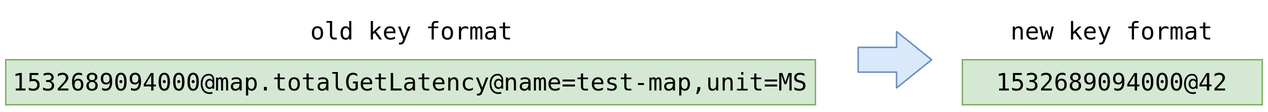
puzpuzpuz/talks keeps this draw.io diagram as 2020-en-embedded-time-series-storage/slides/images/compressed-keys.png. Above is the earlier version. Source tidied: cells renumbered, new cells last; positions are measured from the earlier drawing's top-left corner, leaving out a move shared by most shapes.
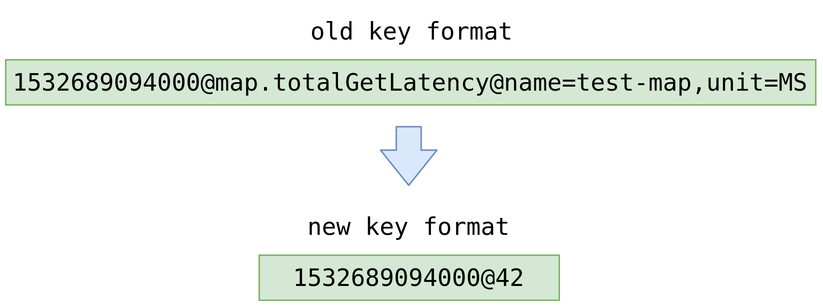
After the change.

Change to the diagram source:
```diff
@@ -8,17 +8,17 @@
     <mxCell id="3" value="&lt;div style=&quot;font-family: &amp;#34;droid sans mono&amp;#34; , monospace , monospace , &amp;#34;droid sans fallback&amp;#34; ; font-weight: normal ; font-size: 16px ; line-height: 22px&quot;&gt;&lt;div&gt;&lt;span&gt;old key format&lt;/span&gt;&lt;/div&gt;&lt;/div&gt;" style="text;whiteSpace=wrap;html=1;align=center;" parent="1" vertex="1">
       <mxGeometry x="2" width="538" height="40" as="geometry" />
     </mxCell>
-    <mxCell id="4" style="shape=flexArrow;endArrow=classic;html=1;fillColor=#dae8fc;strokeColor=#6c8ebf;width=16.551724137931036;endSize=7.462068965517242;" parent="1" edge="1">
-      <mxGeometry relative="1" as="geometry">
-        <mxPoint x="568" y="36" as="sourcePoint" />
-        <mxPoint x="618" y="36" as="targetPoint" />
-      </mxGeometry>
+    <mxCell id="4" value="&lt;div style=&quot;font-family: &amp;#34;droid sans mono&amp;#34; , monospace , monospace , &amp;#34;droid sans fallback&amp;#34; ; font-weight: normal ; font-size: 16px ; line-height: 22px&quot;&gt;&lt;div&gt;&lt;span&gt;1532689094000@42&lt;/span&gt;&lt;/div&gt;&lt;/div&gt;" style="text;whiteSpace=wrap;html=1;align=center;fillColor=#d5e8d4;strokeColor=#82b366;verticalAlign=middle;" parent="1" vertex="1">
+      <mxGeometry x="169" y="166" width="200" height="30" as="geometry" />
     </mxCell>
-    <mxCell id="5" value="&lt;div style=&quot;font-family: &amp;#34;droid sans mono&amp;#34; , monospace , monospace , &amp;#34;droid sans fallback&amp;#34; ; font-weight: normal ; font-size: 16px ; line-height: 22px&quot;&gt;&lt;div&gt;&lt;span&gt;1532689094000@42&lt;/span&gt;&lt;/div&gt;&lt;/div&gt;" style="text;whiteSpace=wrap;html=1;align=center;fillColor=#d5e8d4;strokeColor=#82b366;verticalAlign=middle;" parent="1" vertex="1">
-      <mxGeometry x="638" y="36" width="200" height="30" as="geometry" />
+    <mxCell id="5" value="&lt;div style=&quot;font-family: &amp;#34;droid sans mono&amp;#34; , monospace , monospace , &amp;#34;droid sans fallback&amp;#34; ; font-weight: normal ; font-size: 16px ; line-height: 22px&quot;&gt;&lt;div&gt;&lt;span&gt;new key format&lt;/span&gt;&lt;/div&gt;&lt;/div&gt;" style="text;whiteSpace=wrap;html=1;align=center;" parent="1" vertex="1">
+      <mxGeometry x="169" y="130" width="200" height="40" as="geometry" />
     </mxCell>
-    <mxCell id="6" value="&lt;div style=&quot;font-family: &amp;#34;droid sans mono&amp;#34; , monospace , monospace , &amp;#34;droid sans fallback&amp;#34; ; font-weight: normal ; font-size: 16px ; line-height: 22px&quot;&gt;&lt;div&gt;&lt;span&gt;new key format&lt;/span&gt;&lt;/div&gt;&lt;/div&gt;" style="text;whiteSpace=wrap;html=1;align=center;" parent="1" vertex="1">
-      <mxGeometry x="638" width="200" height="40" as="geometry" />
+    <mxCell id="6" style="shape=flexArrow;endArrow=classic;html=1;fillColor=#dae8fc;strokeColor=#6c8ebf;width=16.551724137931036;endSize=7.462068965517242;" parent="1" edge="1">
+      <mxGeometry relative="1" as="geometry">
+        <mxPoint x="268.7" y="80" as="sourcePoint" />
+        <mxPoint x="268.7" y="120" as="targetPoint" />
+      </mxGeometry>
     </mxCell>
   </root>
 </mxGraphModel>
```
